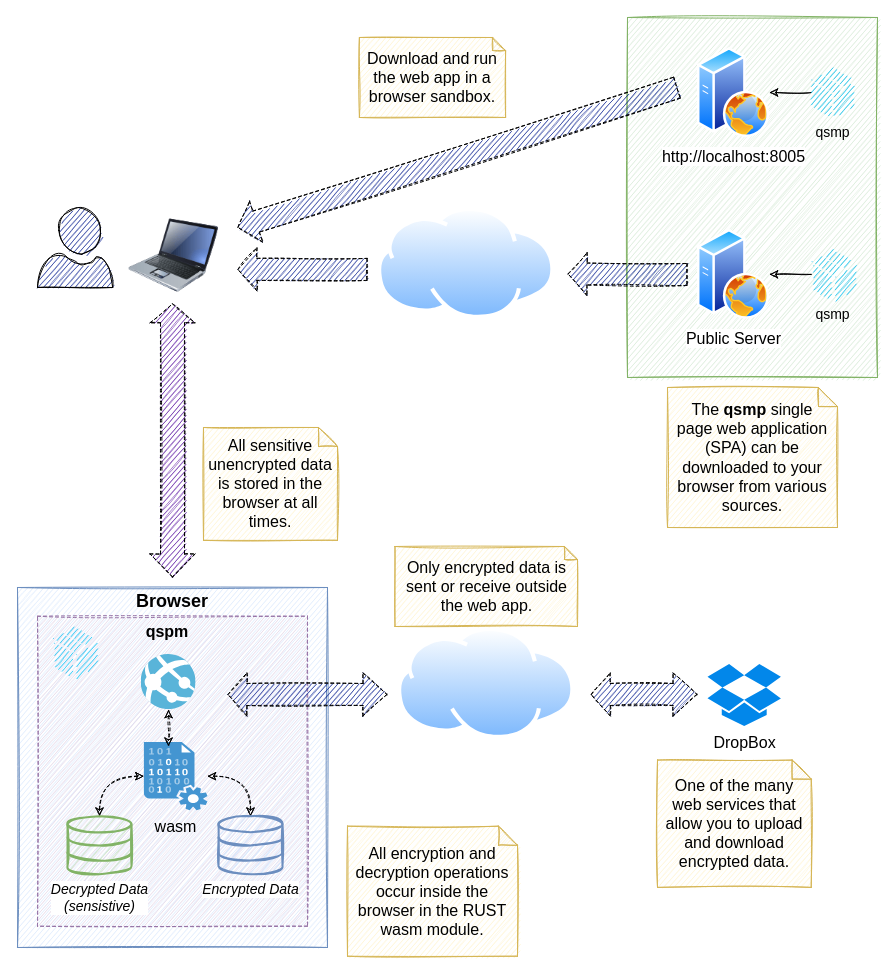
Earlier version of the draw.io diagram img/qspm.drawio (eSentire/qspm). Source tidied: cells renumbered, new cells numbered last; positions are measured from the earlier drawing's top-left corner, leaving out a move shared by most shapes. Both pictures are drawn from the tidied source at 100%, with x=0, y=0 at pixel (17, 17).
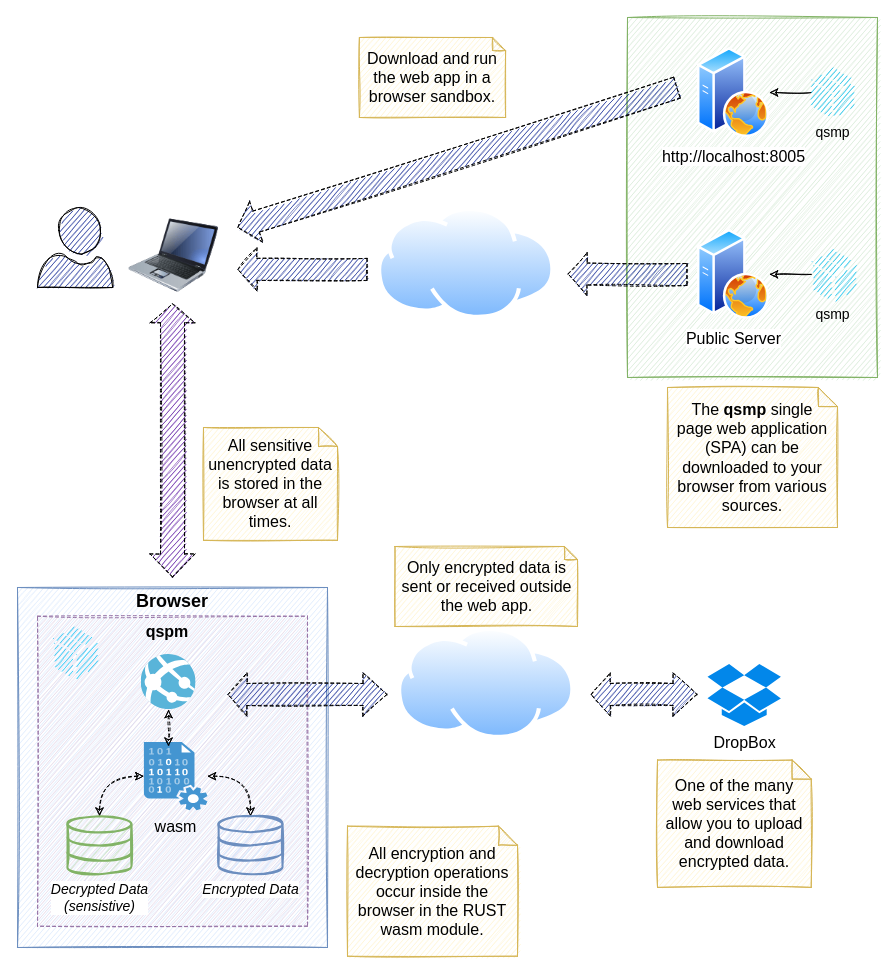
After the change.

The edit, as a diff of the source:
```diff
@@
-    <mxCell id="29" value="&lt;font style=&quot;font-size: 16px&quot;&gt;Only encrypted data is sent or receive outside the web app.&lt;/font&gt;" style="shape=note;whiteSpace=wrap;html=1;backgroundOutline=1;darkOpacity=0.05;sketch=1;fillColor=#fff2cc;strokeColor=#d6b656;spacingTop=4;spacingLeft=4;spacingBottom=4;spacingRight=4;size=13;" parent="1" vertex="1">
+    <mxCell id="29" value="&lt;font style=&quot;font-size: 16px&quot;&gt;Only encrypted data is sent or received outside the web app.&lt;/font&gt;" style="shape=note;whiteSpace=wrap;html=1;backgroundOutline=1;darkOpacity=0.05;sketch=1;fillColor=#fff2cc;strokeColor=#d6b656;spacingTop=4;spacingLeft=4;spacingBottom=4;spacingRight=4;size=13;" parent="1" vertex="1">
       <mxGeometry x="377.5" y="529" width="182.5" height="80" as="geometry" />
     </mxCell>
```
